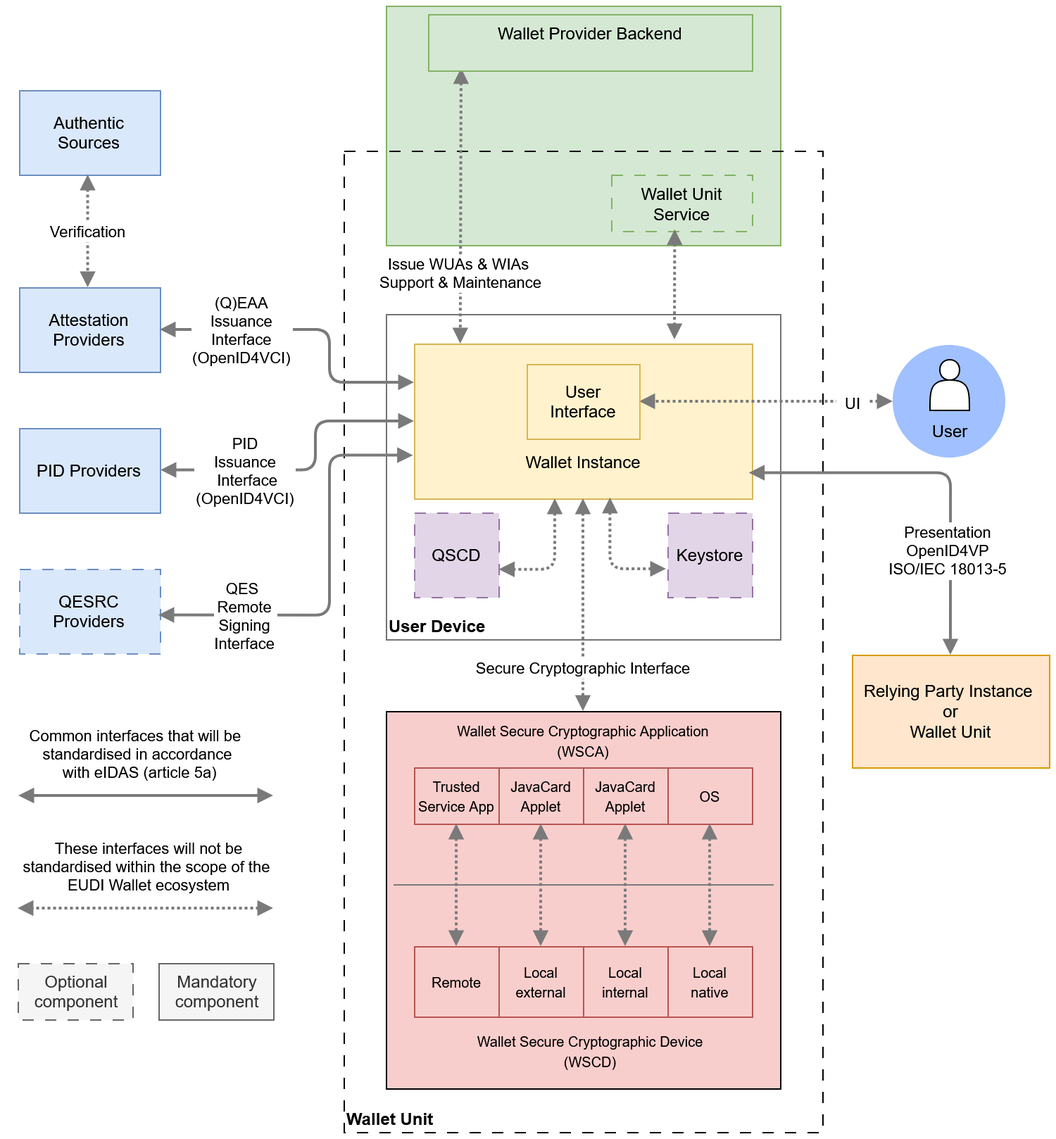
Earlier version of the draw.io export 1.0.0/media/Figure_2_High-Level_Architecture.png (rawmain/architecture-and-reference-framework). Source tidied: cells renumbered, new cells last; positions are measured from the earlier drawing's top-left corner, leaving out a move shared by most shapes.
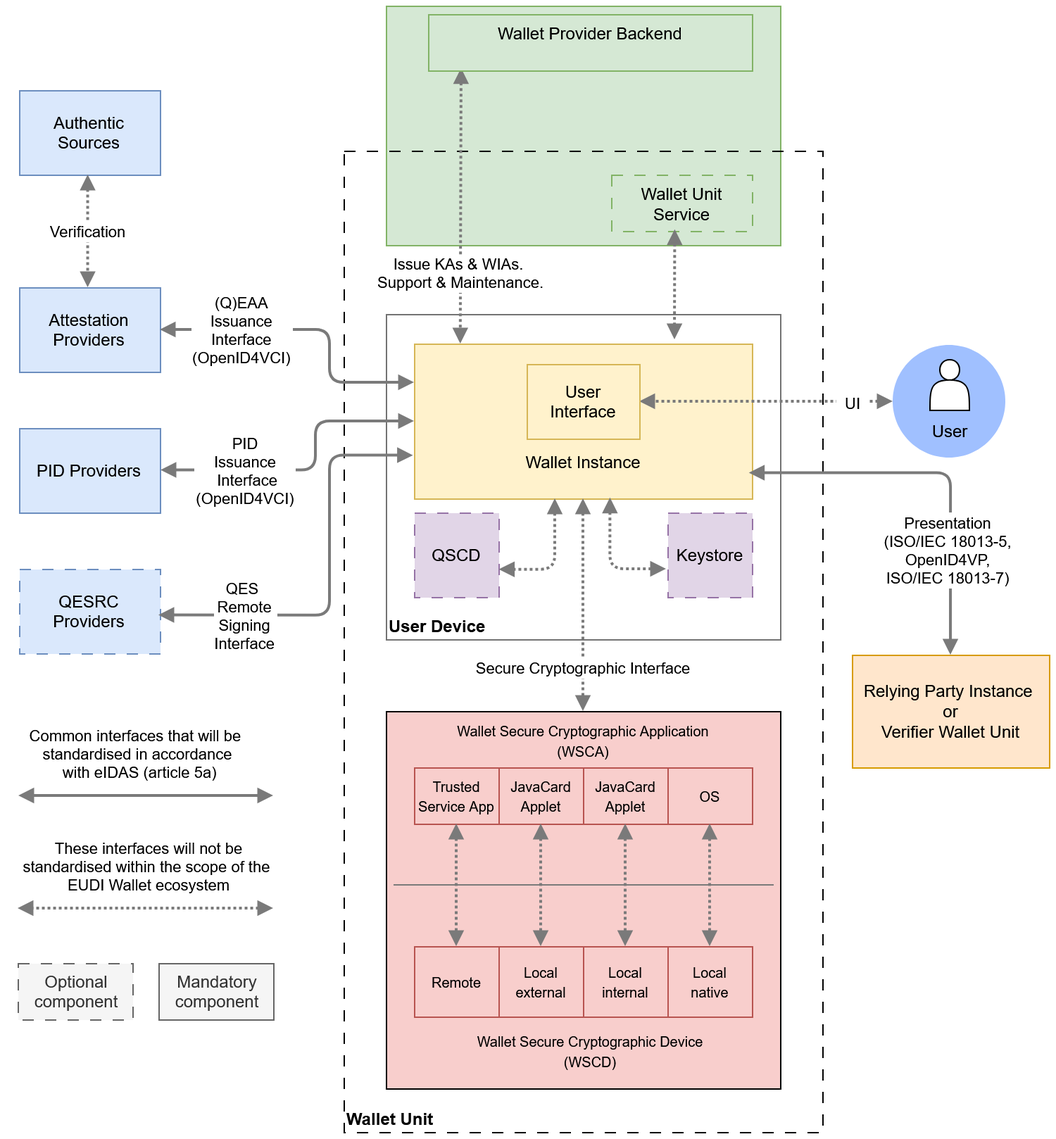
The same diagram one commit later.

What changed in the source:
```diff
@@ -20,7 +20,7 @@
     <mxCell id="7" style="ellipse;whiteSpace=wrap;html=1;fillColor=#A0C0FF;strokeWidth=2;strokeColor=none;" parent="1" vertex="1">
       <mxGeometry x="622" y="241" width="80" height="80" as="geometry" />
     </mxCell>
-    <mxCell id="8" value="&lt;font style=&quot;color: light-dark(rgb(0, 0, 0), rgb(0, 0, 0));&quot;&gt;Relying Party Instance&amp;nbsp;&lt;/font&gt;&lt;div&gt;&lt;font style=&quot;color: light-dark(rgb(0, 0, 0), rgb(0, 0, 0));&quot;&gt;or&lt;/font&gt;&lt;/div&gt;&lt;div&gt;&lt;font style=&quot;color: light-dark(rgb(0, 0, 0), rgb(0, 0, 0));&quot;&gt;Wallet Unit&lt;/font&gt;&lt;/div&gt;" style="rounded=0;whiteSpace=wrap;html=1;fillColor=#ffe6cc;strokeColor=#d79b00;" parent="1" vertex="1">
+    <mxCell id="8" value="&lt;font style=&quot;color: light-dark(rgb(0, 0, 0), rgb(0, 0, 0));&quot;&gt;Relying Party Instance&amp;nbsp;&lt;/font&gt;&lt;div&gt;&lt;font style=&quot;color: light-dark(rgb(0, 0, 0), rgb(0, 0, 0));&quot;&gt;or&lt;/font&gt;&lt;/div&gt;&lt;div&gt;&lt;font style=&quot;color: light-dark(rgb(0, 0, 0), rgb(0, 0, 0));&quot;&gt;Verifier Wallet Unit&lt;/font&gt;&lt;/div&gt;" style="rounded=0;whiteSpace=wrap;html=1;fillColor=#ffe6cc;strokeColor=#d79b00;" parent="1" vertex="1">
       <mxGeometry x="593" y="461" width="140" height="80" as="geometry" />
     </mxCell>
     <mxCell id="9" value="&lt;div style=&quot;&quot;&gt;&lt;span style=&quot;background-color: transparent; color: light-dark(rgb(0, 0, 0), rgb(0, 0, 0));&quot;&gt;PID Providers&lt;/span&gt;&lt;/div&gt;" style="rounded=0;whiteSpace=wrap;html=1;fillColor=#dae8fc;strokeWidth=1;strokeColor=#6c8ebf;" parent="1" vertex="1">
@@ -37,7 +37,7 @@
     <mxCell id="12" style="shape=actor;whiteSpace=wrap;html=1;strokeWidth=1;" parent="1" vertex="1">
       <mxGeometry x="648" y="251" width="28" height="36" as="geometry" />
     </mxCell>
-    <mxCell id="13" value="Issue WUAs &amp; WIAs &#10;Support &amp; Maintenance" style="endArrow=block;startArrow=block;startFill=1;strokeColor=light-dark(#7a7a7a, #4B5C6B);labelBackgroundColor=default;fontColor=light-dark(#000000,#000000);textShadow=0;strokeWidth=2;exitX=0.102;exitY=0.959;exitDx=0;exitDy=0;dashed=1;dashPattern=1 1;exitPerimeter=0;entryX=0.137;entryY=0;entryDx=0;entryDy=0;entryPerimeter=0;" parent="1" edge="1">
+    <mxCell id="13" value="Issue KAs &amp; WIAs. &#10;Support &amp; Maintenance." style="endArrow=block;startArrow=block;startFill=1;strokeColor=light-dark(#7a7a7a, #4B5C6B);labelBackgroundColor=default;fontColor=light-dark(#000000,#000000);textShadow=0;strokeWidth=2;exitX=0.102;exitY=0.959;exitDx=0;exitDy=0;dashed=1;dashPattern=1 1;exitPerimeter=0;entryX=0.137;entryY=0;entryDx=0;entryDy=0;entryPerimeter=0;" parent="1" edge="1">
       <mxGeometry x="0.49" relative="1" as="geometry">
         <mxPoint x="315.5" y="44.4" as="sourcePoint" />
         <mxPoint x="314.9" y="240" as="targetPoint" />
@@ -49,7 +49,7 @@
     <mxCell id="15" value="&lt;font style=&quot;color: light-dark(rgb(0, 0, 0), rgb(0, 0, 0));&quot;&gt;User&lt;/font&gt;" style="text;html=1;align=center;verticalAlign=middle;strokeColor=none;fillColor=none;" parent="1" vertex="1">
       <mxGeometry x="637" y="287" width="50" height="30" as="geometry" />
     </mxCell>
-    <mxCell id="16" value="Presentation&#10;OpenID4VP&#10;ISO/IEC 18013-5" style="edgeStyle=orthogonalEdgeStyle;endArrow=block;startArrow=block;startFill=1;strokeColor=light-dark(#7a7a7a, #4B5C6B);labelBackgroundColor=default;fontColor=light-dark(#000000,#000000);textShadow=0;strokeWidth=2;entryX=0.5;entryY=0;entryDx=0;entryDy=0;fontStyle=0;exitX=0.991;exitY=0.834;exitDx=0;exitDy=0;exitPerimeter=0;" parent="1" edge="1" source="6" target="8">
+    <mxCell id="16" value="Presentation&#10;(ISO/IEC 18013-5,&#10;OpenID4VP,&#10;ISO/IEC 18013-7)" style="edgeStyle=orthogonalEdgeStyle;endArrow=block;startArrow=block;startFill=1;strokeColor=light-dark(#7a7a7a, #4B5C6B);labelBackgroundColor=default;fontColor=light-dark(#000000,#000000);textShadow=0;strokeWidth=2;entryX=0.5;entryY=0;entryDx=0;entryDy=0;fontStyle=0;exitX=0.991;exitY=0.834;exitDx=0;exitDy=0;exitPerimeter=0;" parent="1" edge="1" source="6" target="8">
       <mxGeometry x="0.45" y="-2" relative="1" as="geometry" />
     </mxCell>
     <mxCell id="17" style="edgeStyle=orthogonalEdgeStyle;rounded=0;orthogonalLoop=1;jettySize=auto;html=1;strokeColor=light-dark(#7a7a7a, #7a8896);startArrow=block;startFill=1;strokeWidth=2;endArrow=block;endFill=1;" parent="1" edge="1">
```
